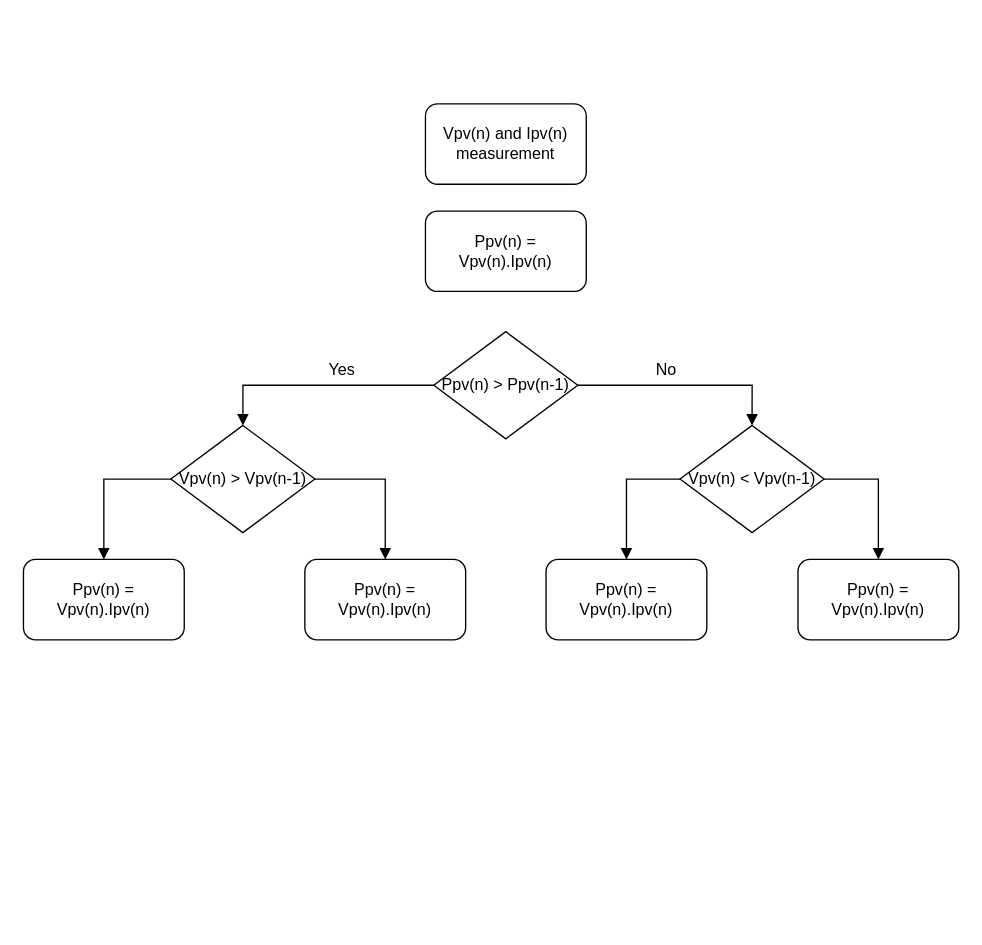
Earlier version of the draw.io diagram Untitled Diagram.drawio (tjpintao/Guindaste_arduino). Source tidied: cells renumbered, new cells numbered last; positions are measured from the earlier drawing's top-left corner, leaving out a move shared by most shapes. Both pictures are drawn from the tidied source at 134%, with x=0, y=0 at pixel (23, 103).
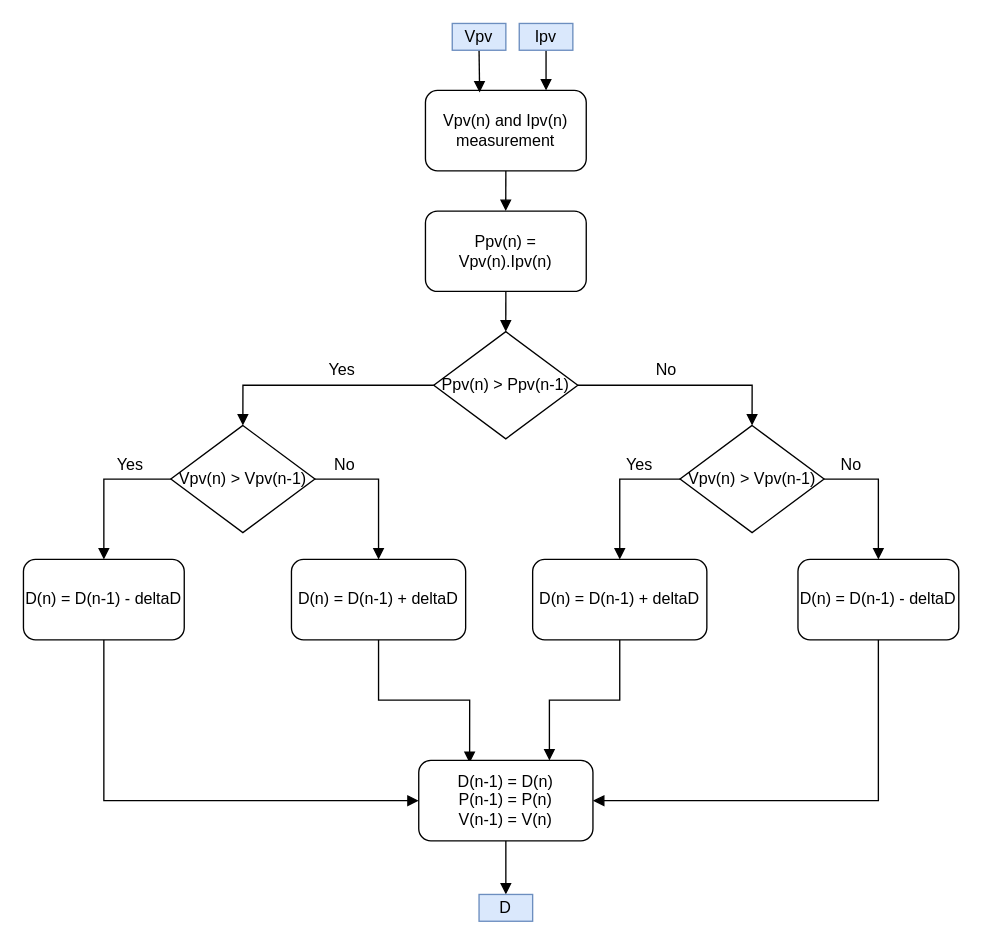
The same diagram, later.

Unchanged cells that the change refers to:
```xml
<mxCell id="3" value="Ppv(n) = Vpv(n).Ipv(n)" style="rounded=1;whiteSpace=wrap;html=1;" parent="1" vertex="1">
  <mxGeometry x="300" y="80" width="120" height="60" as="geometry" />
</mxCell>
<mxCell id="6" value="Ppv(n) &amp;gt; Ppv(n-1)" style="rhombus;whiteSpace=wrap;html=1;" parent="1" vertex="1">
  <mxGeometry x="306.2" y="170" width="107.5" height="80" as="geometry" />
</mxCell>
```

What changed in the source:
```diff
@@
+    <mxCell id="19" style="edgeStyle=none;rounded=0;jettySize=auto;html=1;exitX=0.5;exitY=1;exitDx=0;exitDy=0;endArrow=block;endFill=1;" parent="1" edge="1" source="2">
+      <mxGeometry relative="1" as="geometry">
+        <mxPoint x="359.9" y="80" as="targetPoint" />
+      </mxGeometry>
+    </mxCell>
     <mxCell id="2" value="Vpv(n) and Ipv(n) measurement" style="rounded=1;whiteSpace=wrap;html=1;" parent="1" vertex="1">
-      <mxGeometry x="300" width="120" height="60" as="geometry" />
+      <mxGeometry x="300" y="-10" width="120" height="60" as="geometry" />
     </mxCell>
+    <mxCell id="20" style="edgeStyle=none;rounded=0;jettySize=auto;html=1;exitX=0.5;exitY=1;exitDx=0;exitDy=0;entryX=0.5;entryY=0;entryDx=0;entryDy=0;endArrow=block;endFill=1;" parent="1" edge="1" source="3" target="6">
+      <mxGeometry relative="1" as="geometry" />
+    </mxCell>
@@
-    <mxCell id="12" value="Vpv(n) &amp;lt; Vpv(n-1)" style="rhombus;whiteSpace=wrap;html=1;" parent="1" vertex="1">
+    <mxCell id="12" value="Vpv(n) &amp;gt; Vpv(n-1)" style="rhombus;whiteSpace=wrap;html=1;" parent="1" vertex="1">
       <mxGeometry x="490" y="240" width="107.5" height="80" as="geometry" />
     </mxCell>
@@
+    <mxCell id="21" style="edgeStyle=orthogonalEdgeStyle;rounded=0;jettySize=auto;html=1;exitX=0.5;exitY=1;exitDx=0;exitDy=0;entryX=0;entryY=0.5;entryDx=0;entryDy=0;endArrow=block;endFill=1;" parent="1" edge="1" source="15" target="30">
+      <mxGeometry relative="1" as="geometry" />
+    </mxCell>
-    <mxCell id="15" value="Ppv(n) = Vpv(n).Ipv(n)" style="rounded=1;whiteSpace=wrap;html=1;" parent="1" vertex="1">
+    <mxCell id="15" value="D(n) = D(n-1) - deltaD" style="rounded=1;whiteSpace=wrap;html=1;" parent="1" vertex="1">
       <mxGeometry y="340" width="120" height="60" as="geometry" />
     </mxCell>
+    <mxCell id="22" style="edgeStyle=orthogonalEdgeStyle;rounded=0;jettySize=auto;html=1;exitX=0.5;exitY=1;exitDx=0;exitDy=0;entryX=0.292;entryY=0.031;entryDx=0;entryDy=0;entryPerimeter=0;endArrow=block;endFill=1;" parent="1" edge="1" source="16" target="30">
+      <mxGeometry relative="1" as="geometry" />
+    </mxCell>
-    <mxCell id="16" value="Ppv(n) = Vpv(n).Ipv(n)" style="rounded=1;whiteSpace=wrap;html=1;" parent="1" vertex="1">
-      <mxGeometry x="210" y="340" width="120" height="60" as="geometry" />
+    <mxCell id="16" value="D(n) = D(n-1) + deltaD" style="rounded=1;whiteSpace=wrap;html=1;" parent="1" vertex="1">
+      <mxGeometry x="200" y="340" width="130" height="60" as="geometry" />
     </mxCell>
+    <mxCell id="23" style="edgeStyle=orthogonalEdgeStyle;rounded=0;jettySize=auto;html=1;exitX=0.5;exitY=1;exitDx=0;exitDy=0;entryX=0.75;entryY=0;entryDx=0;entryDy=0;endArrow=block;endFill=1;" parent="1" edge="1" source="17" target="30">
+      <mxGeometry relative="1" as="geometry" />
+    </mxCell>
-    <mxCell id="17" value="Ppv(n) = Vpv(n).Ipv(n)" style="rounded=1;whiteSpace=wrap;html=1;" parent="1" vertex="1">
-      <mxGeometry x="390" y="340" width="120" height="60" as="geometry" />
+    <mxCell id="17" value="D(n) = D(n-1) + deltaD" style="rounded=1;whiteSpace=wrap;html=1;" parent="1" vertex="1">
+      <mxGeometry x="380" y="340" width="130" height="60" as="geometry" />
     </mxCell>
+    <mxCell id="24" style="edgeStyle=orthogonalEdgeStyle;rounded=0;jettySize=auto;html=1;exitX=0.5;exitY=1;exitDx=0;exitDy=0;entryX=1;entryY=0.5;entryDx=0;entryDy=0;endArrow=block;endFill=1;" parent="1" edge="1" source="18" target="30">
+      <mxGeometry relative="1" as="geometry" />
+    </mxCell>
-    <mxCell id="18" value="Ppv(n) = Vpv(n).Ipv(n)" style="rounded=1;whiteSpace=wrap;html=1;" parent="1" vertex="1">
+    <mxCell id="18" value="D(n) = D(n-1) - deltaD" style="rounded=1;whiteSpace=wrap;html=1;" parent="1" vertex="1">
       <mxGeometry x="578" y="340" width="120" height="60" as="geometry" />
     </mxCell>
+    <mxCell id="25" value="Yes" style="text;html=1;strokeColor=none;fillColor=none;align=center;verticalAlign=middle;whiteSpace=wrap;rounded=0;" parent="1" vertex="1">
+      <mxGeometry x="60" y="260" width="40" height="20" as="geometry" />
+    </mxCell>
+    <mxCell id="26" value="Yes" style="text;html=1;strokeColor=none;fillColor=none;align=center;verticalAlign=middle;whiteSpace=wrap;rounded=0;" parent="1" vertex="1">
+      <mxGeometry x="440" y="260" width="40" height="20" as="geometry" />
+    </mxCell>
+    <mxCell id="27" value="No" style="text;html=1;strokeColor=none;fillColor=none;align=center;verticalAlign=middle;whiteSpace=wrap;rounded=0;" parent="1" vertex="1">
+      <mxGeometry x="220" y="260" width="40" height="20" as="geometry" />
+    </mxCell>
+    <mxCell id="28" value="No" style="text;html=1;strokeColor=none;fillColor=none;align=center;verticalAlign=middle;whiteSpace=wrap;rounded=0;" parent="1" vertex="1">
+      <mxGeometry x="597.5" y="260" width="40" height="20" as="geometry" />
+    </mxCell>
+    <mxCell id="29" style="edgeStyle=none;rounded=0;jettySize=auto;html=1;exitX=0.5;exitY=1;exitDx=0;exitDy=0;endArrow=block;endFill=1;" parent="1" edge="1" source="30" target="36">
+      <mxGeometry relative="1" as="geometry" />
+    </mxCell>
+    <mxCell id="30" value="&lt;div&gt;D(n-1) = D(n)&lt;/div&gt;&lt;div&gt;P(n-1) = P(n)&lt;/div&gt;&lt;div&gt;V(n-1) = V(n)&lt;br&gt;&lt;/div&gt;" style="rounded=1;whiteSpace=wrap;html=1;" parent="1" vertex="1">
+      <mxGeometry x="295" y="490" width="130" height="60" as="geometry" />
+    </mxCell>
+    <mxCell id="31" style="edgeStyle=none;rounded=0;orthogonalLoop=1;jettySize=auto;html=1;entryX=0.5;entryY=0;entryDx=0;entryDy=0;endArrow=block;endFill=1;" parent="1" edge="1" source="3" target="3">
+      <mxGeometry relative="1" as="geometry" />
+    </mxCell>
+    <mxCell id="32" style="edgeStyle=none;rounded=0;jettySize=auto;html=1;exitX=0.5;exitY=1;exitDx=0;exitDy=0;entryX=0.337;entryY=0.026;entryDx=0;entryDy=0;entryPerimeter=0;endArrow=block;endFill=1;" parent="1" edge="1" source="33" target="2">
+      <mxGeometry relative="1" as="geometry" />
+    </mxCell>
+    <mxCell id="33" value="Vpv" style="text;html=1;strokeColor=#6c8ebf;fillColor=#dae8fc;align=center;verticalAlign=middle;whiteSpace=wrap;rounded=0;" parent="1" vertex="1">
+      <mxGeometry x="320" y="-60" width="40" height="20" as="geometry" />
+    </mxCell>
+    <mxCell id="34" style="edgeStyle=none;rounded=0;jettySize=auto;html=1;exitX=0.5;exitY=1;exitDx=0;exitDy=0;entryX=0.75;entryY=0;entryDx=0;entryDy=0;endArrow=block;endFill=1;" parent="1" edge="1" source="35" target="2">
+      <mxGeometry relative="1" as="geometry" />
+    </mxCell>
+    <mxCell id="35" value="Ipv" style="text;html=1;strokeColor=#6c8ebf;fillColor=#dae8fc;align=center;verticalAlign=middle;whiteSpace=wrap;rounded=0;" parent="1" vertex="1">
+      <mxGeometry x="370" y="-60" width="40" height="20" as="geometry" />
+    </mxCell>
+    <mxCell id="36" value="D" style="text;html=1;strokeColor=#6c8ebf;fillColor=#dae8fc;align=center;verticalAlign=middle;whiteSpace=wrap;rounded=0;" parent="1" vertex="1">
+      <mxGeometry x="340" y="590" width="40" height="20" as="geometry" />
+    </mxCell>
```
